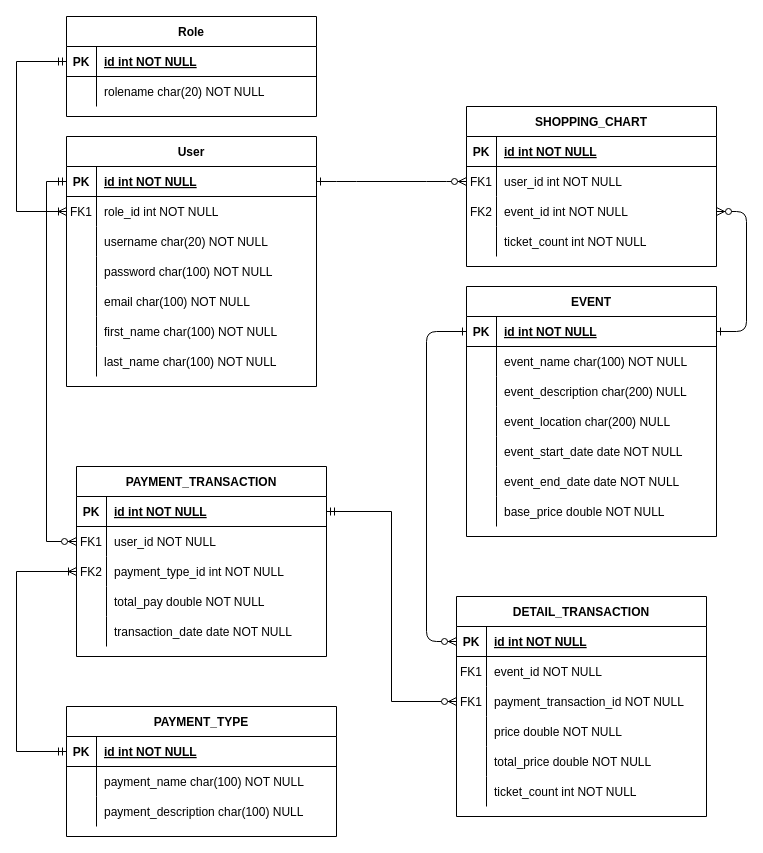
Earlier version of the draw.io diagram db.drawio (johanjah/ticket-db-design). Source tidied: cells renumbered, new cells numbered last; positions are measured from the earlier drawing's top-left corner, leaving out a move shared by most shapes. Both pictures are drawn from the tidied source at 100%, with x=0, y=0 at pixel (16, 16).
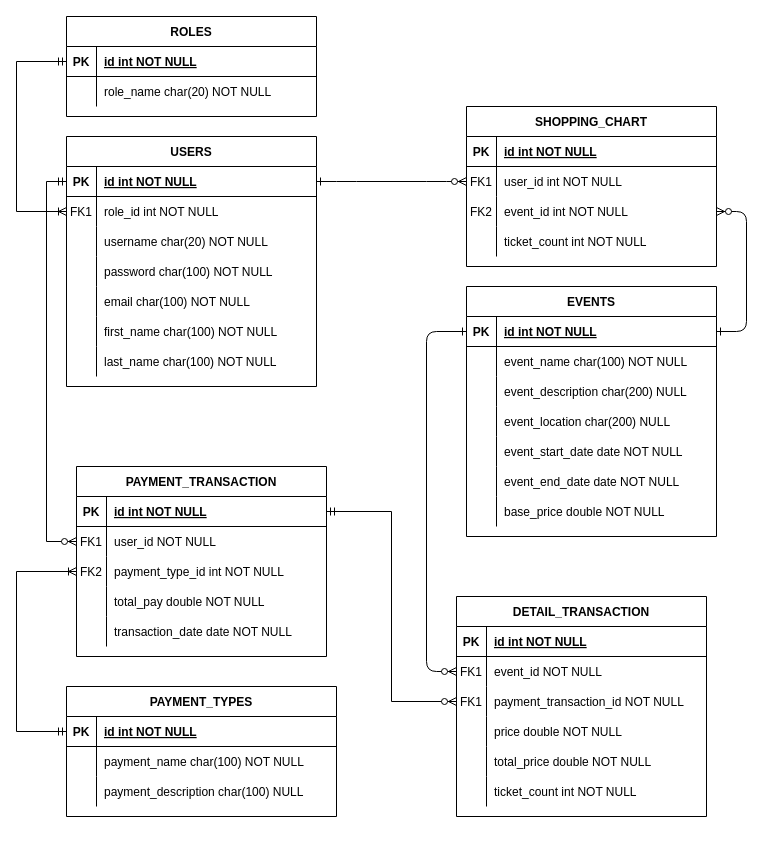
The same diagram, later.

The change refers to these unchanged cells:
```xml
<mxCell id="17" style="shape=partialRectangle;fillColor=none;points=[[0,0.5],[1,0.5]];portConstraint=eastwest;top=0;left=0;right=0;bottom=1;" parent="16" vertex="1">
  <mxGeometry y="30" width="250" height="30" as="geometry" />
</mxCell>
<mxCell id="64" style="shape=partialRectangle;fillColor=none;top=0;left=0;right=0;bottom=0;" parent="60" vertex="1">
  <mxGeometry y="60" width="250" height="30" as="geometry" />
</mxCell>
<mxCell id="96" style="shape=tableRow;horizontal=0;startSize=0;swimlaneHead=0;swimlaneBody=0;fillColor=none;points=[[0,0.5],[1,0.5]];portConstraint=eastwest;top=0;left=0;right=0;bottom=1;" parent="95" vertex="1">
  <mxGeometry y="30" width="250" height="30" as="geometry" />
</mxCell>
<mxCell id="99" style="shape=tableRow;horizontal=0;startSize=0;swimlaneHead=0;swimlaneBody=0;fillColor=none;points=[[0,0.5],[1,0.5]];portConstraint=eastwest;top=0;left=0;right=0;bottom=0;" parent="95" vertex="1">
  <mxGeometry y="60" width="250" height="30" as="geometry" />
</mxCell>
```

Change to the diagram source:
```diff
@@
-    <mxCell id="16" value="EVENT" style="shape=table;startSize=30;childLayout=tableLayout;rowLines=0;fontStyle=1;align=center;" parent="1" vertex="1">
+    <mxCell id="16" value="EVENTS" style="shape=table;startSize=30;childLayout=tableLayout;rowLines=0;fontStyle=1;align=center;" parent="1" vertex="1">
       <mxGeometry x="450" y="270" width="250" height="250" as="geometry" />
     </mxCell>
@@
-    <mxCell id="38" value="User" style="shape=table;startSize=30;childLayout=tableLayout;rowLines=0;fontStyle=1;align=center;" parent="1" vertex="1">
+    <mxCell id="38" value="USERS" style="shape=table;startSize=30;childLayout=tableLayout;rowLines=0;fontStyle=1;align=center;" parent="1" vertex="1">
       <mxGeometry x="50" y="120" width="250" height="250" as="geometry" />
     </mxCell>
@@
-    <mxCell id="60" value="Role" style="shape=table;startSize=30;childLayout=tableLayout;rowLines=0;fontStyle=1;align=center;" parent="1" vertex="1">
+    <mxCell id="60" value="ROLES" style="shape=table;startSize=30;childLayout=tableLayout;rowLines=0;fontStyle=1;align=center;" parent="1" vertex="1">
       <mxGeometry x="50" width="250" height="100" as="geometry" />
     </mxCell>
@@
-    <mxCell id="66" value="rolename char(20) NOT NULL" style="shape=partialRectangle;overflow=hidden;fillColor=none;top=0;left=0;bottom=0;right=0;align=left;spacingLeft=6;" parent="64" vertex="1">
+    <mxCell id="66" value="role_name char(20) NOT NULL" style="shape=partialRectangle;overflow=hidden;fillColor=none;top=0;left=0;bottom=0;right=0;align=left;spacingLeft=6;" parent="64" vertex="1">
       <mxGeometry x="30" width="220" height="30" as="geometry" />
     </mxCell>
@@
-    <mxCell id="84" value="PAYMENT_TYPE" style="shape=table;startSize=30;childLayout=tableLayout;rowLines=0;fontStyle=1;align=center;" parent="1" vertex="1">
-      <mxGeometry x="50" y="690" width="270" height="130" as="geometry" />
+    <mxCell id="84" value="PAYMENT_TYPES" style="shape=table;startSize=30;childLayout=tableLayout;rowLines=0;fontStyle=1;align=center;" parent="1" vertex="1">
+      <mxGeometry x="50" y="670" width="270" height="130" as="geometry" />
     </mxCell>
@@
-    <mxCell id="117" style="edgeStyle=elbowEdgeStyle;endArrow=ERzeroToMany;startArrow=ERone;endFill=1;startFill=0;exitX=0;exitY=0.5;exitDx=0;exitDy=0;" parent="1" edge="1" source="17" target="96">
+    <mxCell id="117" style="edgeStyle=elbowEdgeStyle;endArrow=ERzeroToMany;startArrow=ERone;endFill=1;startFill=0;exitX=0;exitY=0.5;exitDx=0;exitDy=0;" parent="1" edge="1" source="17" target="99">
       <mxGeometry relative="1" as="geometry">
         <Array as="points">
           <mxPoint x="410" y="450" />
         </Array>
       </mxGeometry>
     </mxCell>
```
